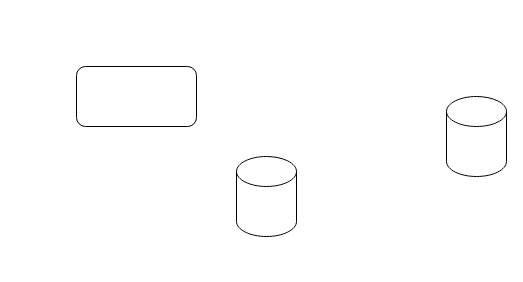
The draw.io diagram Untitled Diagram.drawio in RScodeSec/Microservice-architecture-Bank, before the edit. Source tidied: cells renumbered, new cells numbered last; positions are measured from the earlier drawing's top-left corner, leaving out a move shared by most shapes. Both pictures are drawn from the tidied source at 100%, with x=0, y=0 at pixel (76, 66).
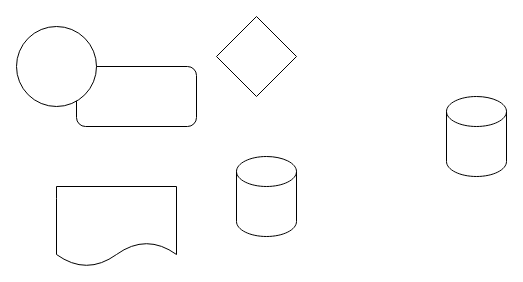
The same diagram, later.

Change to the diagram source:
```diff
@@
 <mxGraphModel>
   <root>
     <mxCell id="0" />
     <mxCell id="1" parent="0" />
     <mxCell id="2" style="rounded=1;whiteSpace=wrap;html=1;" parent="1" vertex="1">
       <mxGeometry width="120" height="60" as="geometry" />
     </mxCell>
     <mxCell id="3" style="shape=cylinder3;whiteSpace=wrap;html=1;boundedLbl=1;backgroundOutline=1;size=15;" parent="1" vertex="1">
       <mxGeometry x="160" y="90" width="60" height="80" as="geometry" />
     </mxCell>
     <mxCell id="4" style="shape=cylinder3;whiteSpace=wrap;html=1;boundedLbl=1;backgroundOutline=1;size=15;" parent="1" vertex="1">
       <mxGeometry x="370" y="30" width="60" height="80" as="geometry" />
     </mxCell>
+    <mxCell id="5" style="ellipse;whiteSpace=wrap;html=1;" parent="1" vertex="1">
+      <mxGeometry x="-60" y="-40" width="80" height="80" as="geometry" />
+    </mxCell>
+    <mxCell id="6" style="rhombus;whiteSpace=wrap;html=1;" parent="1" vertex="1">
+      <mxGeometry x="140" y="-50" width="80" height="80" as="geometry" />
+    </mxCell>
+    <mxCell id="7" style="shape=document;whiteSpace=wrap;html=1;boundedLbl=1;" parent="1" vertex="1">
+      <mxGeometry x="-20" y="120" width="120" height="80" as="geometry" />
+    </mxCell>
   </root>
 </mxGraphModel>
```
